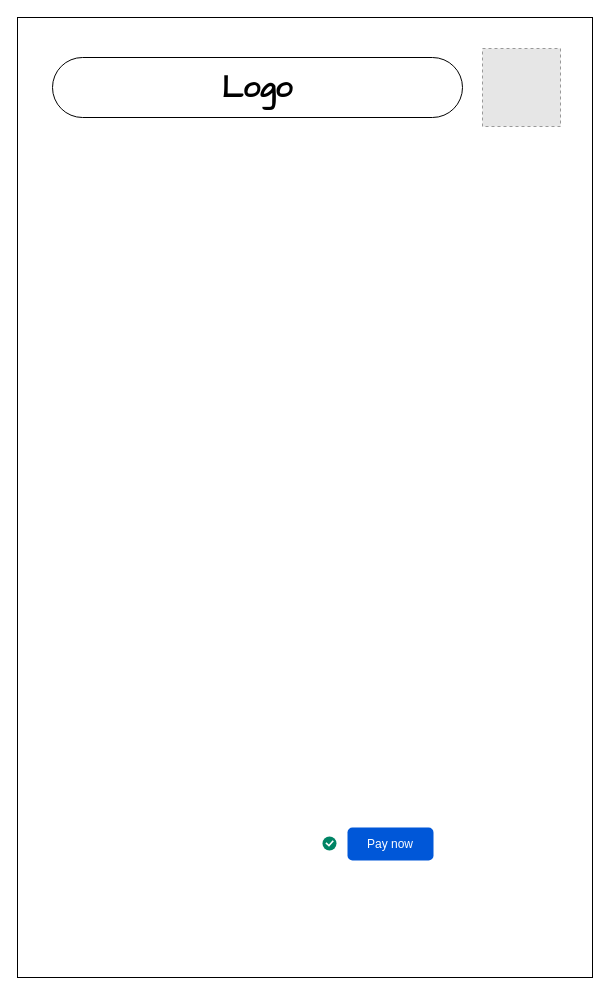
Earlier version of the draw.io diagram page "Page-2" (2 of 2) of wireframe.drawio (anonymoustafa/signature.js). Source tidied: cells renumbered, new cells numbered last; positions are measured from the earlier drawing's top-left corner, leaving out a move shared by most shapes. Both pictures are drawn from the tidied source at 100%, with x=0, y=0 at pixel (17, 17). Pictures stored in the file or linked from it are replaced by grey dashed boxes.
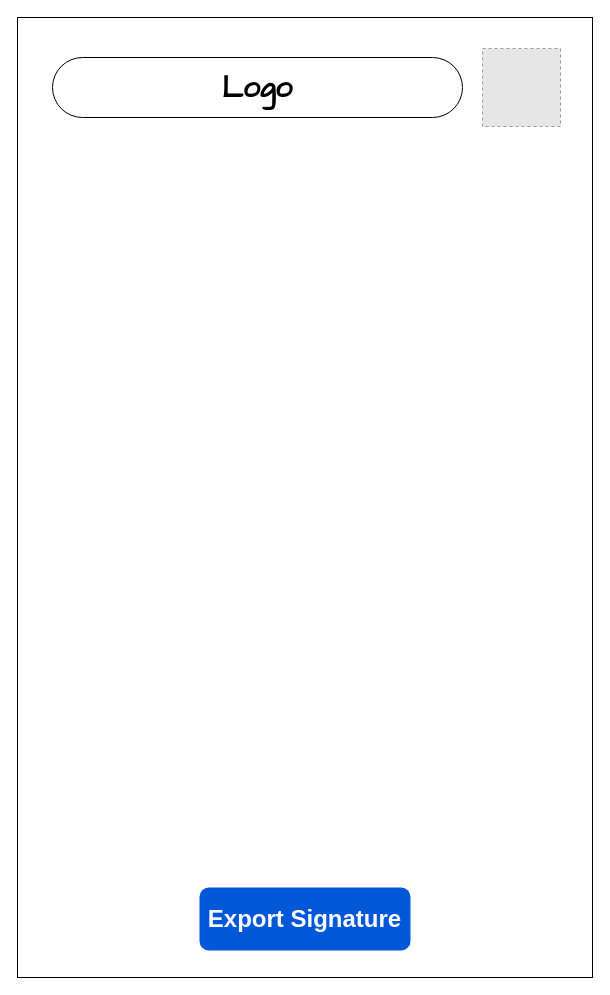
The same page after the edit.

The edit, as a diff of the source:
```diff
@@
 <mxGraphModel>
   <root>
     <mxCell id="0" />
     <mxCell id="1" parent="0" />
     <mxCell id="2" style="rounded=0;whiteSpace=wrap;html=1;" parent="1" vertex="1">
       <mxGeometry width="575" height="960" as="geometry" />
     </mxCell>
     <mxCell id="3" value="&lt;h1&gt;&lt;font style=&quot;font-size: 30px;&quot; face=&quot;Comic Sans MS&quot;&gt;Logo&lt;/font&gt;&lt;/h1&gt;" style="rounded=1;whiteSpace=wrap;html=1;arcSize=50;" parent="1" vertex="1">
       <mxGeometry x="35" y="40" width="410" height="60" as="geometry" />
     </mxCell>
-    <mxCell id="4" value="Pay now" style="rounded=1;fillColor=#0057D8;align=center;strokeColor=none;html=1;whiteSpace=wrap;fontColor=#ffffff;fontSize=12;sketch=0;" parent="1" vertex="1">
-      <mxGeometry x="330" y="810" width="86" height="33" as="geometry" />
+    <mxCell id="4" value="&lt;h1&gt;Export Signature&lt;/h1&gt;" style="rounded=1;fillColor=#0057D8;align=center;strokeColor=none;html=1;whiteSpace=wrap;fontColor=#ffffff;fontSize=12;sketch=0;" parent="1" vertex="1">
+      <mxGeometry x="182" y="870" width="211" height="63" as="geometry" />
     </mxCell>
-    <mxCell id="5" style="html=1;shadow=0;dashed=0;shape=mxgraph.atlassian.checkbox;fillColor=#008465;strokeColor=none;html=1;sketch=0;" parent="1" vertex="1">
-      <mxGeometry x="305" y="819" width="14" height="14" as="geometry" />
-    </mxCell>
     <mxCell id="6" style="fillColor=#E6E6E6;strokeColor=#999999;dashed=1;html=1;verticalAlign=top;verticalLabelPosition=bottom;labelBackgroundColor=#ffffff;" parent="1" vertex="1">
       <mxGeometry x="465" y="31" width="78" height="78" as="geometry" />
     </mxCell>
   </root>
 </mxGraphModel>
```
